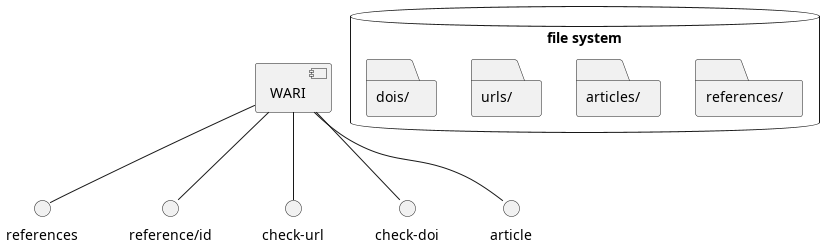
The PlantUML diagram diagrams/wari/components.png in internetarchive/iari, before a commit.
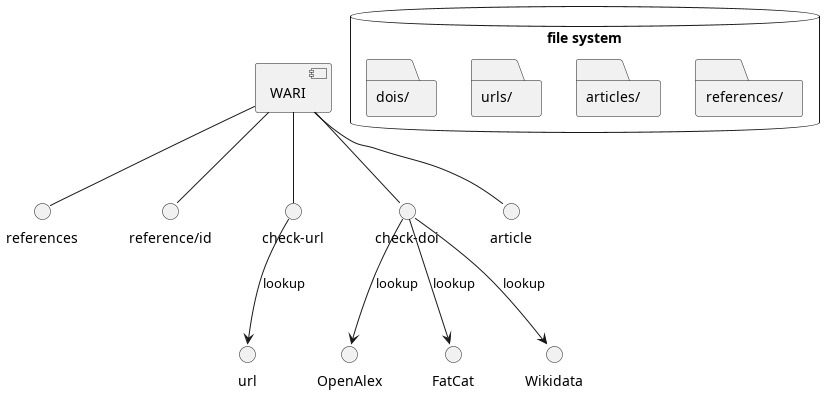
Later version of the same file.

What changed in the source:
```diff
@@ -3,8 +3,12 @@
 [WARI] -- references
 [WARI] -- "reference/id"
 [WARI] -- "check-url"
+"check-url" --> url : lookup
 [WARI] -- "check-doi"
 [WARI] -- "article"
+"check-doi" --> OpenAlex : lookup
+"check-doi" --> FatCat : lookup
+"check-doi" --> Wikidata : lookup
 
 
 database "file system" {
```
